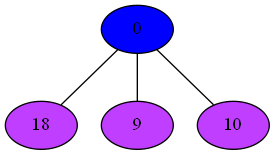
The Graphviz diagram Compiler/28iGraph.png in mbajaj92/Project-Astoria, before a commit. Its source is kept beside it as Compiler/28iGraph.dot.
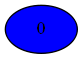
The same file after the commit.

Change to the diagram source:
```diff
@@ -1,12 +1,3 @@
 strict graph {
 0[label="0" style=filled fillcolor="blue1"];
-0 -- 18
-0 -- 9
-0 -- 10
-18[label="18" style=filled fillcolor="darkorchid1"];
-18 -- 0
-9[label="9" style=filled fillcolor="darkorchid1"];
-9 -- 0
-10[label="10" style=filled fillcolor="darkorchid1"];
-10 -- 0
 }
```
